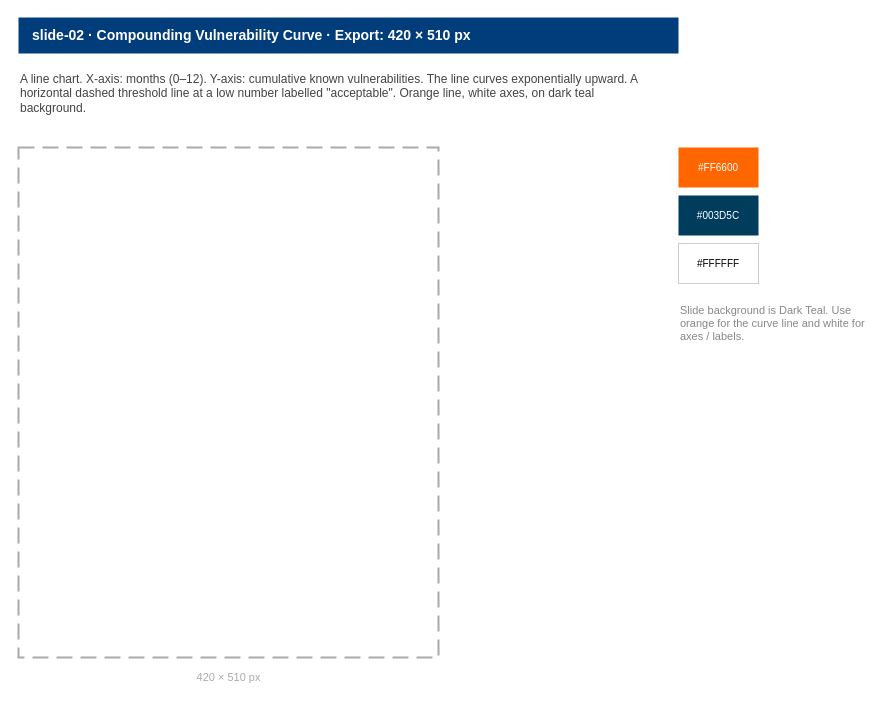
The draw.io diagram page "slide-02 · Vulnerability Curve" (3 of 10) of illustrations.drawio in mifriis/beumer-case, before the edit. Source tidied: cells renumbered, new cells numbered last; positions are measured from the earlier drawing's top-left corner, leaving out a move shared by most shapes. Both pictures are drawn from the tidied source at 100%, with x=0, y=0 at pixel (18, 17).
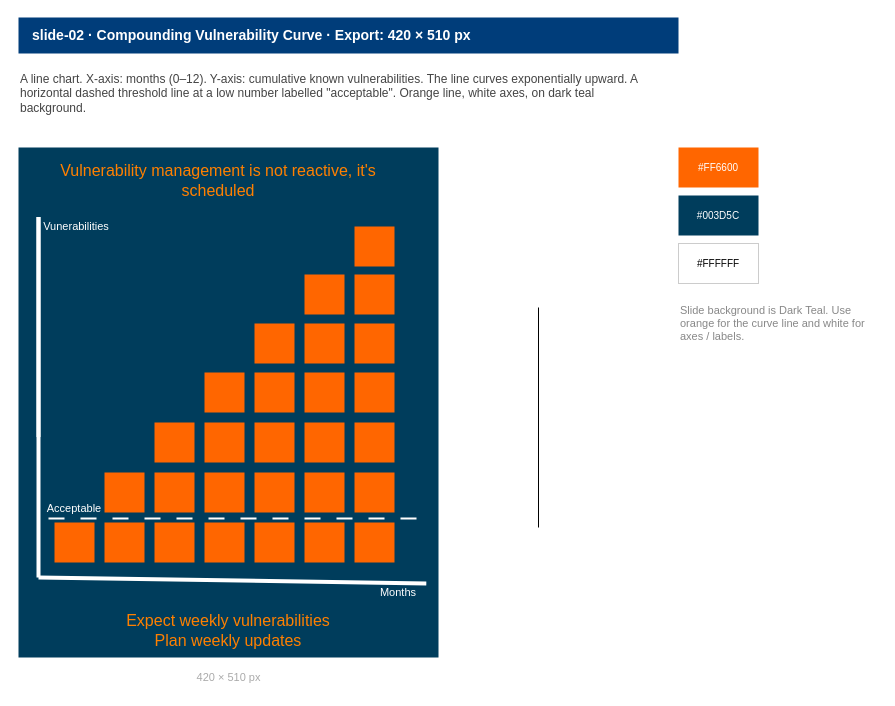
The same diagram, later.

The edit, as a diff of the source:
```diff
@@
+    <mxCell id="10" style="rounded=0;fillColor=#003D5C;strokeColor=none;fontColor=#FFFFFF;fontSize=10;align=center;verticalAlign=middle;" parent="1" vertex="1">
+      <mxGeometry y="130" width="420" height="510" as="geometry" />
+    </mxCell>
@@
-    <mxCell id="4" style="rounded=0;fillColor=none;strokeColor=#AAAAAA;dashed=1;dashPattern=8 4;strokeWidth=2;" parent="1" vertex="1">
-      <mxGeometry y="130" width="420" height="510" as="geometry" />
-    </mxCell>
@@
+    <mxCell id="11" style="endArrow=none;html=1;rounded=0;hachureGap=4;fontFamily=Architects Daughter;" parent="1" edge="1">
+      <mxGeometry relative="1" as="geometry">
+        <mxPoint x="520" y="510" as="sourcePoint" />
+        <mxPoint x="520" y="290" as="targetPoint" />
+      </mxGeometry>
+    </mxCell>
+    <mxCell id="12" style="endArrow=none;html=1;rounded=0;hachureGap=4;fontFamily=Architects Daughter;strokeWidth=4;strokeColor=#FFFFFF;" parent="1" edge="1">
+      <mxGeometry relative="1" as="geometry">
+        <mxPoint x="20" y="419.5" as="sourcePoint" />
+        <mxPoint x="20" y="199.5" as="targetPoint" />
+      </mxGeometry>
+    </mxCell>
+    <mxCell id="13" style="endArrow=none;html=1;rounded=0;hachureGap=4;fontFamily=Architects Daughter;strokeColor=#FFFFFF;strokeWidth=4;entryX=0.952;entryY=0.843;entryDx=0;entryDy=0;entryPerimeter=0;" parent="1" edge="1">
+      <mxGeometry relative="1" as="geometry">
+        <mxPoint x="20" y="560" as="sourcePoint" />
+        <mxPoint x="407.8" y="565.9" as="targetPoint" />
+      </mxGeometry>
+    </mxCell>
+    <mxCell id="14" style="rounded=0;fillColor=#FF6600;strokeColor=none;fontColor=#FFFFFF;fontSize=10;align=center;verticalAlign=middle;" parent="1" vertex="1">
+      <mxGeometry x="36" y="505" width="40" height="40" as="geometry" />
+    </mxCell>
+    <mxCell id="15" style="rounded=0;fillColor=#FF6600;strokeColor=none;fontColor=#FFFFFF;fontSize=10;align=center;verticalAlign=middle;" parent="1" vertex="1">
+      <mxGeometry x="86" y="505" width="40" height="40" as="geometry" />
+    </mxCell>
+    <mxCell id="16" style="rounded=0;fillColor=#FF6600;strokeColor=none;fontColor=#FFFFFF;fontSize=10;align=center;verticalAlign=middle;" parent="1" vertex="1">
+      <mxGeometry x="86" y="455" width="40" height="40" as="geometry" />
+    </mxCell>
+    <mxCell id="17" style="rounded=0;fillColor=#FF6600;strokeColor=none;fontColor=#FFFFFF;fontSize=10;align=center;verticalAlign=middle;" parent="1" vertex="1">
+      <mxGeometry x="136" y="505" width="40" height="40" as="geometry" />
+    </mxCell>
+    <mxCell id="18" style="rounded=0;fillColor=#FF6600;strokeColor=none;fontColor=#FFFFFF;fontSize=10;align=center;verticalAlign=middle;" parent="1" vertex="1">
+      <mxGeometry x="136" y="455" width="40" height="40" as="geometry" />
+    </mxCell>
+    <mxCell id="19" style="rounded=0;fillColor=#FF6600;strokeColor=none;fontColor=#FFFFFF;fontSize=10;align=center;verticalAlign=middle;" parent="1" vertex="1">
+      <mxGeometry x="136" y="405" width="40" height="40" as="geometry" />
+    </mxCell>
+    <mxCell id="20" style="rounded=0;fillColor=#FF6600;strokeColor=none;fontColor=#FFFFFF;fontSize=10;align=center;verticalAlign=middle;" parent="1" vertex="1">
+      <mxGeometry x="186" y="505" width="40" height="40" as="geometry" />
+    </mxCell>
+    <mxCell id="21" style="rounded=0;fillColor=#FF6600;strokeColor=none;fontColor=#FFFFFF;fontSize=10;align=center;verticalAlign=middle;" parent="1" vertex="1">
+      <mxGeometry x="186" y="455" width="40" height="40" as="geometry" />
+    </mxCell>
+    <mxCell id="22" style="rounded=0;fillColor=#FF6600;strokeColor=none;fontColor=#FFFFFF;fontSize=10;align=center;verticalAlign=middle;" parent="1" vertex="1">
+      <mxGeometry x="186" y="405" width="40" height="40" as="geometry" />
+    </mxCell>
+    <mxCell id="23" style="rounded=0;fillColor=#FF6600;strokeColor=none;fontColor=#FFFFFF;fontSize=10;align=center;verticalAlign=middle;" parent="1" vertex="1">
+      <mxGeometry x="186" y="355" width="40" height="40" as="geometry" />
+    </mxCell>
+    <mxCell id="24" style="endArrow=none;html=1;rounded=0;hachureGap=4;fontFamily=Architects Daughter;strokeWidth=4;strokeColor=#FFFFFF;" parent="1" edge="1">
+      <mxGeometry relative="1" as="geometry">
+        <mxPoint x="20" y="560" as="sourcePoint" />
+        <mxPoint x="20" y="199.5" as="targetPoint" />
+      </mxGeometry>
+    </mxCell>
+    <mxCell id="25" style="rounded=0;fillColor=#FF6600;strokeColor=none;fontColor=#FFFFFF;fontSize=10;align=center;verticalAlign=middle;" parent="1" vertex="1">
+      <mxGeometry x="236" y="505" width="40" height="40" as="geometry" />
+    </mxCell>
+    <mxCell id="26" style="rounded=0;fillColor=#FF6600;strokeColor=none;fontColor=#FFFFFF;fontSize=10;align=center;verticalAlign=middle;" parent="1" vertex="1">
+      <mxGeometry x="236" y="455" width="40" height="40" as="geometry" />
+    </mxCell>
+    <mxCell id="27" style="rounded=0;fillColor=#FF6600;strokeColor=none;fontColor=#FFFFFF;fontSize=10;align=center;verticalAlign=middle;" parent="1" vertex="1">
+      <mxGeometry x="236" y="405" width="40" height="40" as="geometry" />
+    </mxCell>
+    <mxCell id="28" style="rounded=0;fillColor=#FF6600;strokeColor=none;fontColor=#FFFFFF;fontSize=10;align=center;verticalAlign=middle;" parent="1" vertex="1">
+      <mxGeometry x="236" y="355" width="40" height="40" as="geometry" />
+    </mxCell>
+    <mxCell id="29" style="rounded=0;fillColor=#FF6600;strokeColor=none;fontColor=#FFFFFF;fontSize=10;align=center;verticalAlign=middle;" parent="1" vertex="1">
+      <mxGeometry x="286" y="505" width="40" height="40" as="geometry" />
+    </mxCell>
+    <mxCell id="30" style="rounded=0;fillColor=#FF6600;strokeColor=none;fontColor=#FFFFFF;fontSize=10;align=center;verticalAlign=middle;" parent="1" vertex="1">
+      <mxGeometry x="286" y="455" width="40" height="40" as="geometry" />
+    </mxCell>
+    <mxCell id="31" style="rounded=0;fillColor=#FF6600;strokeColor=none;fontColor=#FFFFFF;fontSize=10;align=center;verticalAlign=middle;" parent="1" vertex="1">
+      <mxGeometry x="286" y="405" width="40" height="40" as="geometry" />
+    </mxCell>
+    <mxCell id="32" style="rounded=0;fillColor=#FF6600;strokeColor=none;fontColor=#FFFFFF;fontSize=10;align=center;verticalAlign=middle;" parent="1" vertex="1">
+      <mxGeometry x="286" y="355" width="40" height="40" as="geometry" />
+    </mxCell>
+    <mxCell id="33" style="rounded=0;fillColor=#FF6600;strokeColor=none;fontColor=#FFFFFF;fontSize=10;align=center;verticalAlign=middle;" parent="1" vertex="1">
+      <mxGeometry x="336" y="505" width="40" height="40" as="geometry" />
+    </mxCell>
+    <mxCell id="34" style="rounded=0;fillColor=#FF6600;strokeColor=none;fontColor=#FFFFFF;fontSize=10;align=center;verticalAlign=middle;" parent="1" vertex="1">
+      <mxGeometry x="336" y="455" width="40" height="40" as="geometry" />
+    </mxCell>
+    <mxCell id="35" style="rounded=0;fillColor=#FF6600;strokeColor=none;fontColor=#FFFFFF;fontSize=10;align=center;verticalAlign=middle;" parent="1" vertex="1">
+      <mxGeometry x="336" y="405" width="40" height="40" as="geometry" />
+    </mxCell>
+    <mxCell id="36" style="rounded=0;fillColor=#FF6600;strokeColor=none;fontColor=#FFFFFF;fontSize=10;align=center;verticalAlign=middle;" parent="1" vertex="1">
+      <mxGeometry x="336" y="355" width="40" height="40" as="geometry" />
+    </mxCell>
+    <mxCell id="37" style="rounded=0;fillColor=#FF6600;strokeColor=none;fontColor=#FFFFFF;fontSize=10;align=center;verticalAlign=middle;" parent="1" vertex="1">
+      <mxGeometry x="236" y="306" width="40" height="40" as="geometry" />
+    </mxCell>
+    <mxCell id="38" style="rounded=0;fillColor=#FF6600;strokeColor=none;fontColor=#FFFFFF;fontSize=10;align=center;verticalAlign=middle;" parent="1" vertex="1">
+      <mxGeometry x="286" y="306" width="40" height="40" as="geometry" />
+    </mxCell>
+    <mxCell id="39" style="rounded=0;fillColor=#FF6600;strokeColor=none;fontColor=#FFFFFF;fontSize=10;align=center;verticalAlign=middle;" parent="1" vertex="1">
+      <mxGeometry x="336" y="306" width="40" height="40" as="geometry" />
+    </mxCell>
+    <mxCell id="40" style="rounded=0;fillColor=#FF6600;strokeColor=none;fontColor=#FFFFFF;fontSize=10;align=center;verticalAlign=middle;" parent="1" vertex="1">
+      <mxGeometry x="286" y="257" width="40" height="40" as="geometry" />
+    </mxCell>
+    <mxCell id="41" style="rounded=0;fillColor=#FF6600;strokeColor=none;fontColor=#FFFFFF;fontSize=10;align=center;verticalAlign=middle;" parent="1" vertex="1">
+      <mxGeometry x="336" y="257" width="40" height="40" as="geometry" />
+    </mxCell>
+    <mxCell id="42" style="rounded=0;fillColor=#FF6600;strokeColor=none;fontColor=#FFFFFF;fontSize=10;align=center;verticalAlign=middle;" parent="1" vertex="1">
+      <mxGeometry x="336" y="209" width="40" height="40" as="geometry" />
+    </mxCell>
+    <mxCell id="43" style="endArrow=none;html=1;rounded=0;hachureGap=4;fontFamily=Architects Daughter;strokeColor=#FFFFFF;strokeWidth=2;entryX=0.952;entryY=0.843;entryDx=0;entryDy=0;entryPerimeter=0;dashed=1;dashPattern=8 8;" parent="1" edge="1">
+      <mxGeometry relative="1" as="geometry">
+        <mxPoint x="30" y="501" as="sourcePoint" />
+        <mxPoint x="410" y="501" as="targetPoint" />
+      </mxGeometry>
+    </mxCell>
+    <mxCell id="44" value="Acceptable" style="text;html=1;align=center;verticalAlign=middle;whiteSpace=wrap;rounded=0;fontFamily=Helvetica;fontSize=11;fontColor=#FFFFFF;" parent="1" vertex="1">
+      <mxGeometry x="26" y="476" width="60" height="30" as="geometry" />
+    </mxCell>
+    <mxCell id="45" value="Months" style="text;html=1;align=center;verticalAlign=middle;whiteSpace=wrap;rounded=0;fontFamily=Helvetica;fontSize=11;fontColor=#FFFFFF;" parent="1" vertex="1">
+      <mxGeometry x="350" y="560" width="60" height="30" as="geometry" />
+    </mxCell>
+    <mxCell id="46" value="Vunerabilities" style="text;html=1;align=center;verticalAlign=middle;whiteSpace=wrap;rounded=0;fontFamily=Helvetica;fontSize=11;fontColor=#FFFFFF;" parent="1" vertex="1">
+      <mxGeometry x="28" y="194" width="60" height="30" as="geometry" />
+    </mxCell>
+    <mxCell id="47" value="&lt;font style=&quot;color: rgb(255, 128, 0); font-size: 16px;&quot;&gt;Vulnerability management is not reactive, it's scheduled&lt;/font&gt;" style="text;html=1;align=center;verticalAlign=middle;whiteSpace=wrap;rounded=0;fontFamily=Helvetica;fontSize=11;fontColor=#FFFFFF;" parent="1" vertex="1">
+      <mxGeometry x="10" y="136" width="380" height="54" as="geometry" />
+    </mxCell>
+    <mxCell id="48" value="&lt;font style=&quot;color: rgb(255, 128, 0); font-size: 16px;&quot;&gt;Expect weekly vulnerabilities&lt;/font&gt;&lt;div&gt;&lt;font color=&quot;#ff8000&quot;&gt;&lt;span style=&quot;font-size: 16px;&quot;&gt;Plan weekly updates&lt;/span&gt;&lt;/font&gt;&lt;/div&gt;" style="text;html=1;align=center;verticalAlign=middle;whiteSpace=wrap;rounded=0;fontFamily=Helvetica;fontSize=11;fontColor=#FFFFFF;" parent="1" vertex="1">
+      <mxGeometry x="20" y="586" width="380" height="54" as="geometry" />
+    </mxCell>
```
